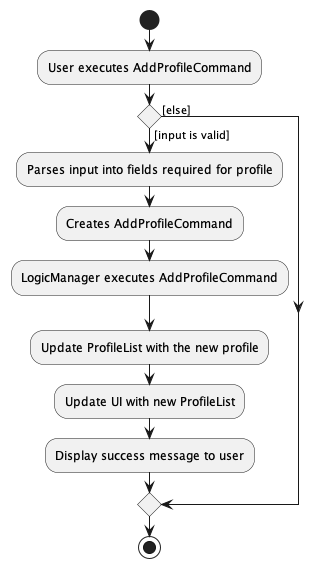
This is docs/images/commands/AddProfileCommandActivityDiagram.png from nus-cs2103-AY2223S1/tp, a PlantUML export, as it was before one commit. Source of this version:
```plantuml
@startuml
start
:User executes AddProfileCommand;

if () then ([input is valid])
    :Parses input into fields required for profile;
    :Creates AddProfileCommand;
    :LogicManager executes AddProfileCommand;
    :Update ProfileList with the new profile;
    :Update UI with new ProfileList;
    :Display success message to user;
else ([else])
endif
stop
@enduml
```
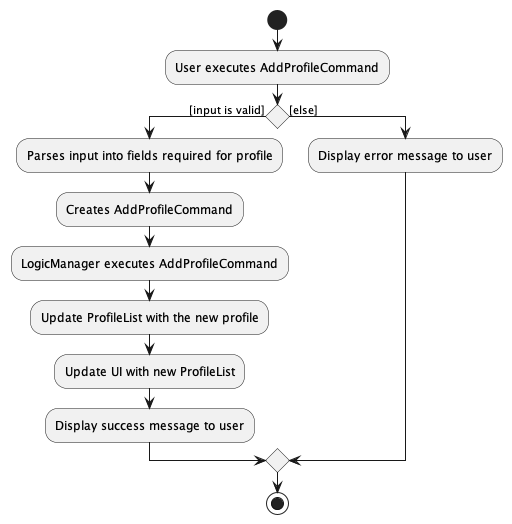
Later version of the same file.

Commit message:
Update activity and sequence diagrams

Change to the diagram source:
```diff
@@ -10,6 +10,7 @@
     :Update UI with new ProfileList;
     :Display success message to user;
 else ([else])
+    :Display error message to user;
 endif
 stop
 @enduml
```
